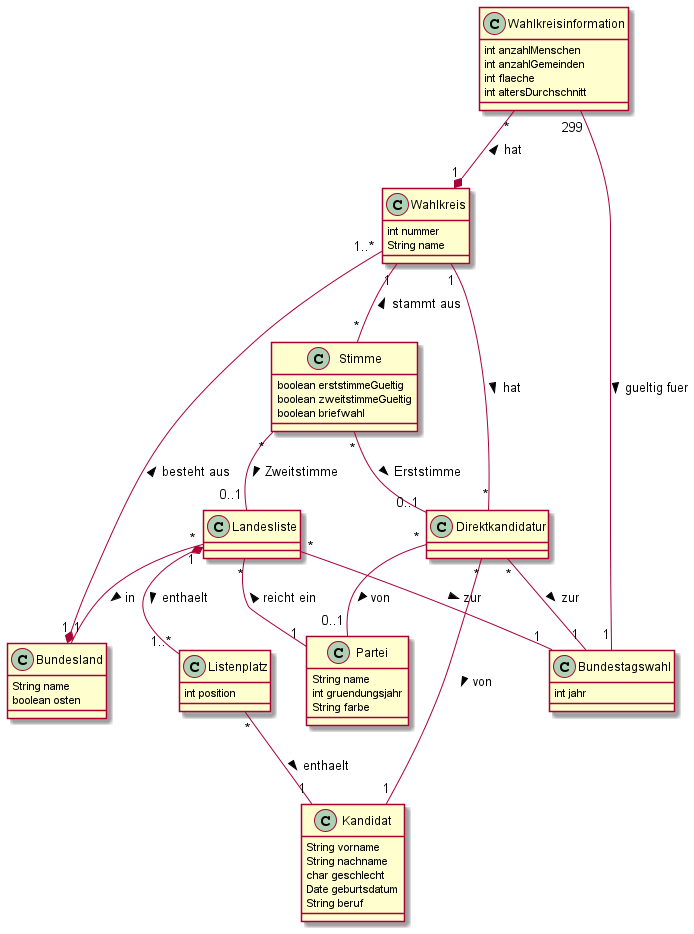
Earlier version of the PlantUML export Blatt1/Entwurf.png (Toemmsche/database-systems-project-mirror).
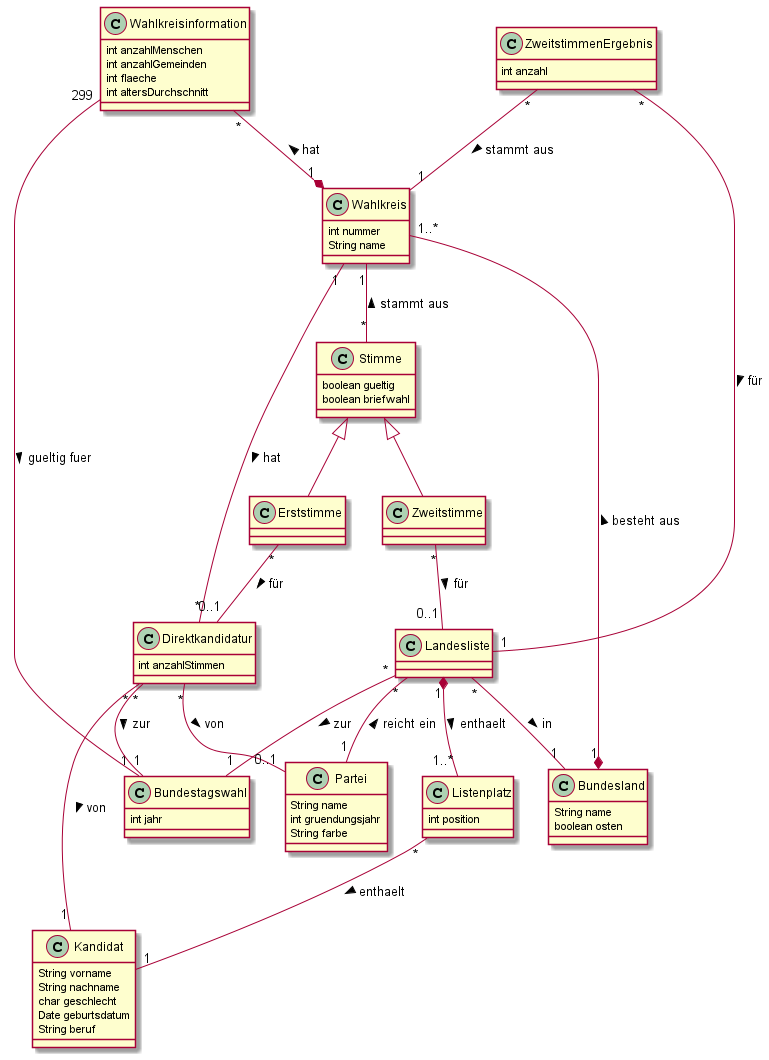
After the commit.

Commit message:
consider constraints from sheet 2

What changed in the source:
```diff
@@ -41,13 +41,22 @@
     String name
 }
 
+class ZweitstimmenErgebnis {
+    int anzahl
+}
 class Stimme {
-    boolean erststimmeGueltig
-    boolean zweitstimmeGueltig
+    boolean gueltig
     boolean briefwahl
 }
 
+class Zweitstimme extends Stimme {
+}
+
+class Erststimme extends Stimme {
+}
+
 class Direktkandidatur {
+    int anzahlStimmen
 }
 
 Landesliste "*" -- "1" Bundesland : in >
@@ -67,7 +76,9 @@
 Direktkandidatur "*" -- "0..1" Partei : von >
 Direktkandidatur "*" -- "1" Bundestagswahl: zur >
 
-Stimme "*" -- "0..1" Direktkandidatur : Erststimme >
-Stimme "*" -- "0..1" Landesliste : Zweitstimme >
+Erststimme "*" -- "0..1" Direktkandidatur : für >
+Zweitstimme "*" -- "0..1" Landesliste : für >
 Stimme "*" -up- "1" Wahlkreis : stammt aus >
+ZweitstimmenErgebnis "*" -- "1" Wahlkreis : stammt aus >
+ZweitstimmenErgebnis "*" -- "1" Landesliste : für >
 @enduml
```
